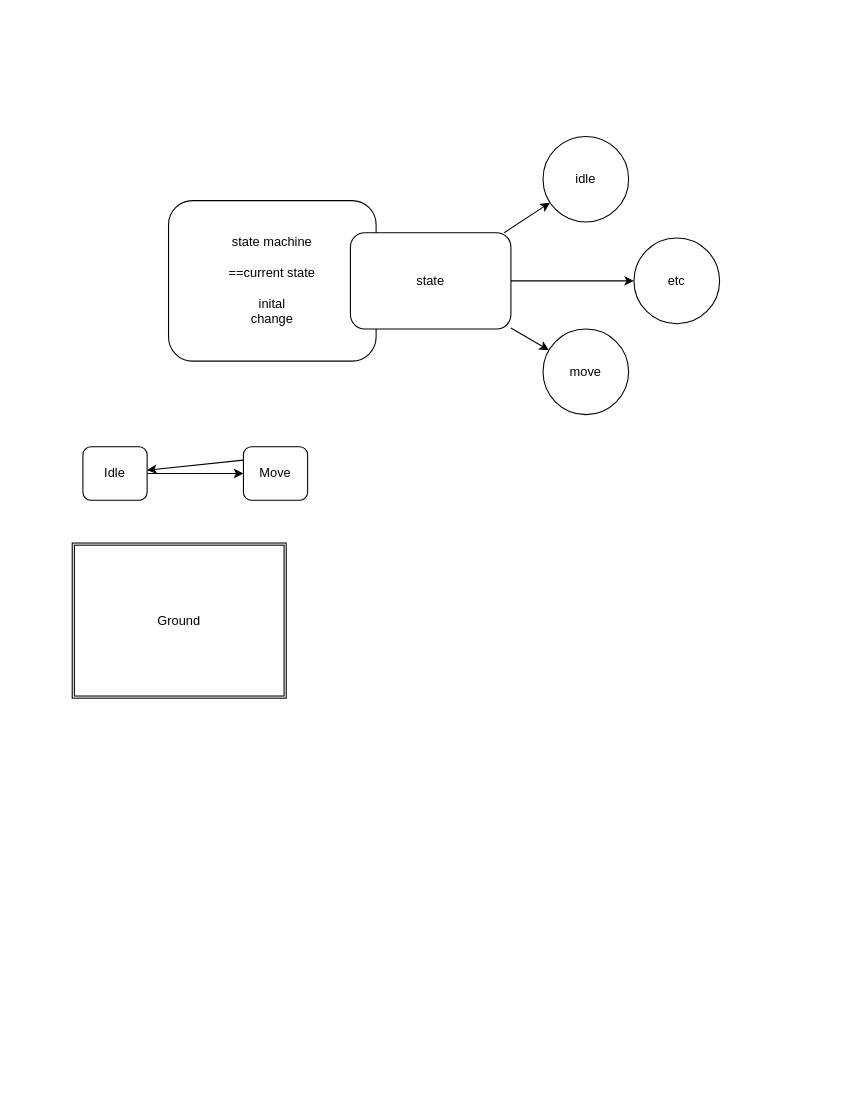
Earlier version of the draw.io diagram Pokemon/statemachine.drawio (coactor-cc/VS-C). Source tidied: cells renumbered, new cells numbered last; positions are measured from the earlier drawing's top-left corner, leaving out a move shared by most shapes. Both pictures are drawn from the tidied source at 107%, with x=0, y=0 at pixel (72, 136).
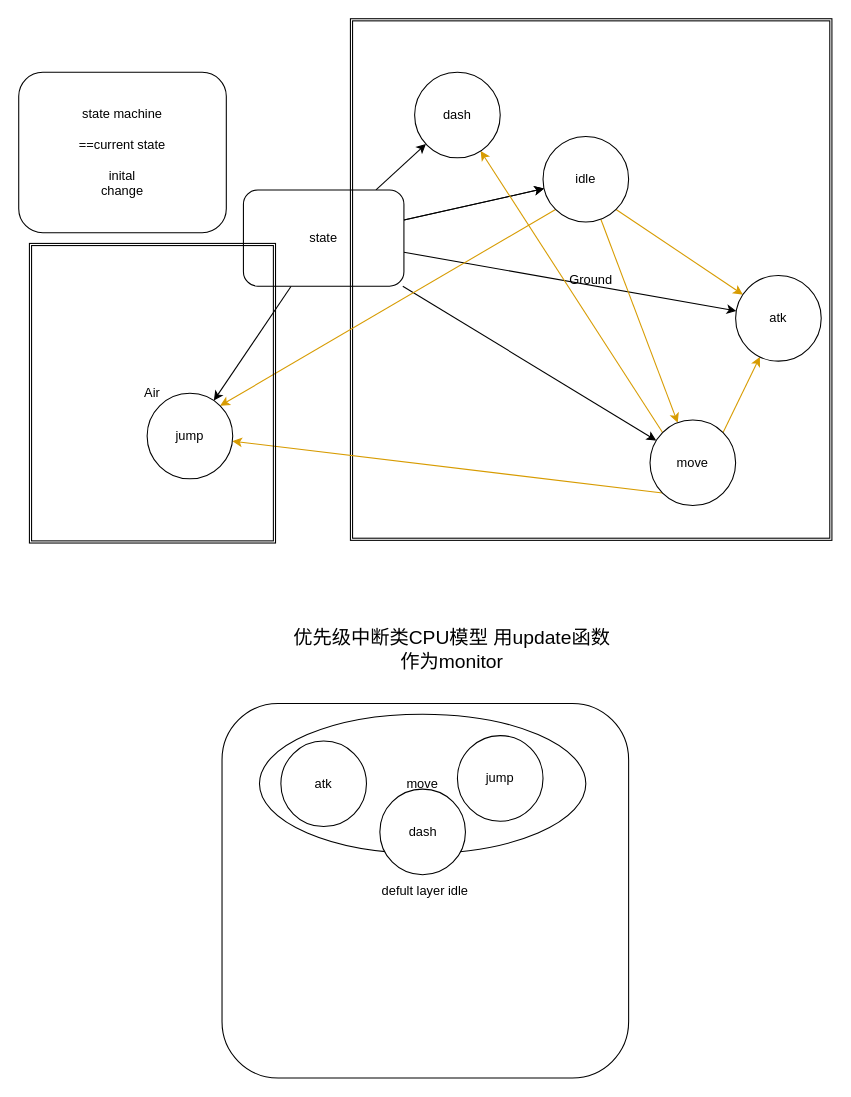
The same diagram, later.

Commit message (it also covers changes not shown here):
Enhance Unity.md with FSM details and update state machine diagram

The change refers to these unchanged cells:
```xml
<mxCell id="12" value="idle" style="ellipse;whiteSpace=wrap;html=1;rounded=1;" parent="1" vertex="1">
  <mxGeometry x="440" width="80" height="80" as="geometry" />
</mxCell>
```

Change to the diagram source:
```diff
@@
     <mxCell id="2" value="state machine&lt;br&gt;&lt;br&gt;==current state&lt;br&gt;&lt;br&gt;inital&lt;br&gt;change" style="rounded=1;whiteSpace=wrap;html=1;" parent="1" vertex="1">
-      <mxGeometry x="90" y="60" width="194" height="150" as="geometry" />
+      <mxGeometry x="-50" y="-60" width="194" height="150" as="geometry" />
     </mxCell>
@@
+    <mxCell id="15" style="edgeStyle=none;html=1;" parent="1" edge="1" source="6" target="24">
+      <mxGeometry relative="1" as="geometry" />
+    </mxCell>
+    <mxCell id="16" style="edgeStyle=none;html=1;" parent="1" edge="1" source="6" target="12">
+      <mxGeometry relative="1" as="geometry" />
+    </mxCell>
+    <mxCell id="17" style="edgeStyle=none;html=1;" parent="1" edge="1" source="6" target="26">
+      <mxGeometry relative="1" as="geometry" />
+    </mxCell>
     <mxCell id="6" value="state" style="rounded=1;whiteSpace=wrap;html=1;" parent="1" vertex="1">
-      <mxGeometry x="260" y="90" width="150" height="90" as="geometry" />
+      <mxGeometry x="160" y="50" width="150" height="90" as="geometry" />
     </mxCell>
-    <mxCell id="7" style="edgeStyle=none;html=1;" parent="1" edge="1" source="8" target="10">
-      <mxGeometry relative="1" as="geometry" />
-    </mxCell>
-    <mxCell id="8" value="Idle" style="rounded=1;whiteSpace=wrap;html=1;" parent="1" vertex="1">
-      <mxGeometry x="10" y="290" width="60" height="50" as="geometry" />
-    </mxCell>
-    <mxCell id="9" style="edgeStyle=none;html=1;exitX=0;exitY=0.25;exitDx=0;exitDy=0;" parent="1" edge="1" source="10" target="8">
-      <mxGeometry relative="1" as="geometry" />
-    </mxCell>
-    <mxCell id="10" value="Move" style="rounded=1;whiteSpace=wrap;html=1;" parent="1" vertex="1">
-      <mxGeometry x="160" y="290" width="60" height="50" as="geometry" />
-    </mxCell>
     <mxCell id="11" value="Ground" style="shape=ext;double=1;rounded=0;whiteSpace=wrap;html=1;fillColor=none;" parent="1" vertex="1">
-      <mxGeometry y="380" width="200" height="145" as="geometry" />
+      <mxGeometry x="260" y="-110" width="450" height="487.5" as="geometry" />
     </mxCell>
+    <mxCell id="18" style="edgeStyle=none;html=1;fillColor=#ffe6cc;strokeColor=#d79b00;" parent="1" edge="1" source="12" target="13">
+      <mxGeometry relative="1" as="geometry" />
+    </mxCell>
+    <mxCell id="19" style="edgeStyle=none;html=1;exitX=1;exitY=1;exitDx=0;exitDy=0;fillColor=#ffe6cc;strokeColor=#d79b00;" parent="1" edge="1" source="12" target="14">
+      <mxGeometry relative="1" as="geometry" />
+    </mxCell>
+    <mxCell id="20" style="edgeStyle=none;html=1;exitX=0;exitY=1;exitDx=0;exitDy=0;entryX=1;entryY=0;entryDx=0;entryDy=0;fillColor=#ffe6cc;strokeColor=#d79b00;" parent="1" edge="1" source="12" target="24">
+      <mxGeometry relative="1" as="geometry" />
+    </mxCell>
@@
+    <mxCell id="21" style="edgeStyle=none;html=1;exitX=1;exitY=0;exitDx=0;exitDy=0;fillColor=#ffe6cc;strokeColor=#d79b00;" parent="1" edge="1" source="13" target="14">
+      <mxGeometry relative="1" as="geometry" />
+    </mxCell>
+    <mxCell id="22" style="edgeStyle=none;html=1;exitX=0;exitY=1;exitDx=0;exitDy=0;fillColor=#ffe6cc;strokeColor=#d79b00;" parent="1" edge="1" source="13" target="24">
+      <mxGeometry relative="1" as="geometry" />
+    </mxCell>
+    <mxCell id="23" style="edgeStyle=none;html=1;exitX=0;exitY=0;exitDx=0;exitDy=0;fillColor=#ffe6cc;strokeColor=#d79b00;" parent="1" edge="1" source="13" target="26">
+      <mxGeometry relative="1" as="geometry" />
+    </mxCell>
     <mxCell id="13" value="move" style="ellipse;whiteSpace=wrap;html=1;rounded=1;" parent="1" vertex="1">
-      <mxGeometry x="440" y="180" width="80" height="80" as="geometry" />
+      <mxGeometry x="540" y="265" width="80" height="80" as="geometry" />
     </mxCell>
-    <mxCell id="14" value="etc" style="ellipse;whiteSpace=wrap;html=1;rounded=1;" parent="1" vertex="1">
-      <mxGeometry x="525" y="95" width="80" height="80" as="geometry" />
+    <mxCell id="14" value="atk" style="ellipse;whiteSpace=wrap;html=1;rounded=1;" parent="1" vertex="1">
+      <mxGeometry x="620" y="130" width="80" height="80" as="geometry" />
     </mxCell>
+    <mxCell id="24" value="jump" style="ellipse;whiteSpace=wrap;html=1;rounded=1;" parent="1" vertex="1">
+      <mxGeometry x="70" y="240" width="80" height="80" as="geometry" />
+    </mxCell>
+    <mxCell id="25" value="Air" style="shape=ext;double=1;rounded=0;whiteSpace=wrap;html=1;fillColor=none;" parent="1" vertex="1">
+      <mxGeometry x="-40" y="100" width="230" height="280" as="geometry" />
+    </mxCell>
+    <mxCell id="26" value="dash" style="ellipse;whiteSpace=wrap;html=1;rounded=1;" parent="1" vertex="1">
+      <mxGeometry x="320" y="-60" width="80" height="80" as="geometry" />
+    </mxCell>
+    <mxCell id="27" value="defult layer idle" style="rounded=1;whiteSpace=wrap;html=1;" parent="1" vertex="1">
+      <mxGeometry x="140" y="530" width="380" height="350" as="geometry" />
+    </mxCell>
+    <mxCell id="28" value="move" style="ellipse;whiteSpace=wrap;html=1;" parent="1" vertex="1">
+      <mxGeometry x="175" y="540" width="305" height="130" as="geometry" />
+    </mxCell>
+    <mxCell id="29" value="atk" style="ellipse;whiteSpace=wrap;html=1;" parent="1" vertex="1">
+      <mxGeometry x="195" y="565" width="80" height="80" as="geometry" />
+    </mxCell>
+    <mxCell id="30" value="jump" style="ellipse;whiteSpace=wrap;html=1;" parent="1" vertex="1">
+      <mxGeometry x="360" y="560" width="80" height="80" as="geometry" />
+    </mxCell>
+    <mxCell id="31" value="dash" style="ellipse;whiteSpace=wrap;html=1;" parent="1" vertex="1">
+      <mxGeometry x="287.5" y="610" width="80" height="80" as="geometry" />
+    </mxCell>
+    <mxCell id="32" value="&lt;font style=&quot;font-size: 18px;&quot;&gt;优先级中断类CPU模型 用update函数作为monitor&lt;/font&gt;" style="text;html=1;strokeColor=none;fillColor=none;align=center;verticalAlign=middle;whiteSpace=wrap;rounded=0;" parent="1" vertex="1">
+      <mxGeometry x="200" y="440" width="310" height="80" as="geometry" />
+    </mxCell>
```
